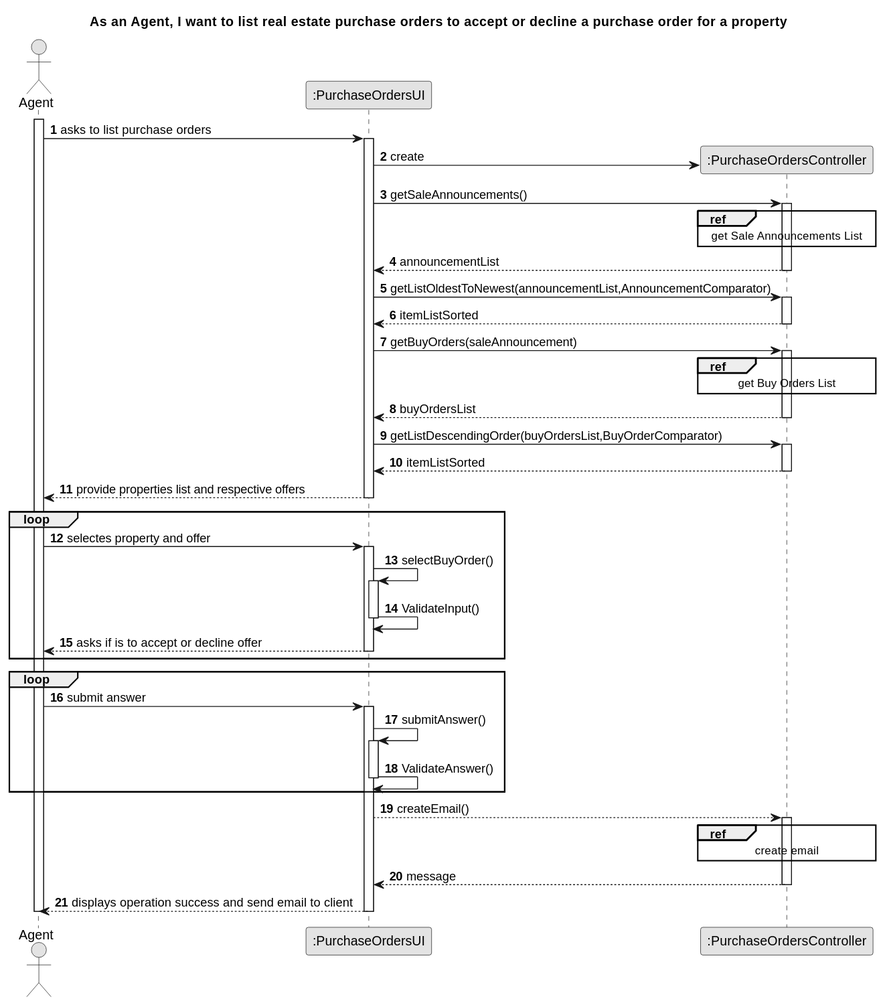
Before: docs/sprintD/us011/03.design/svg/us011-sequence-diagram-split.svg, a diagram exported from PlantUML (Shushizinho/RealEstateUSASystem).
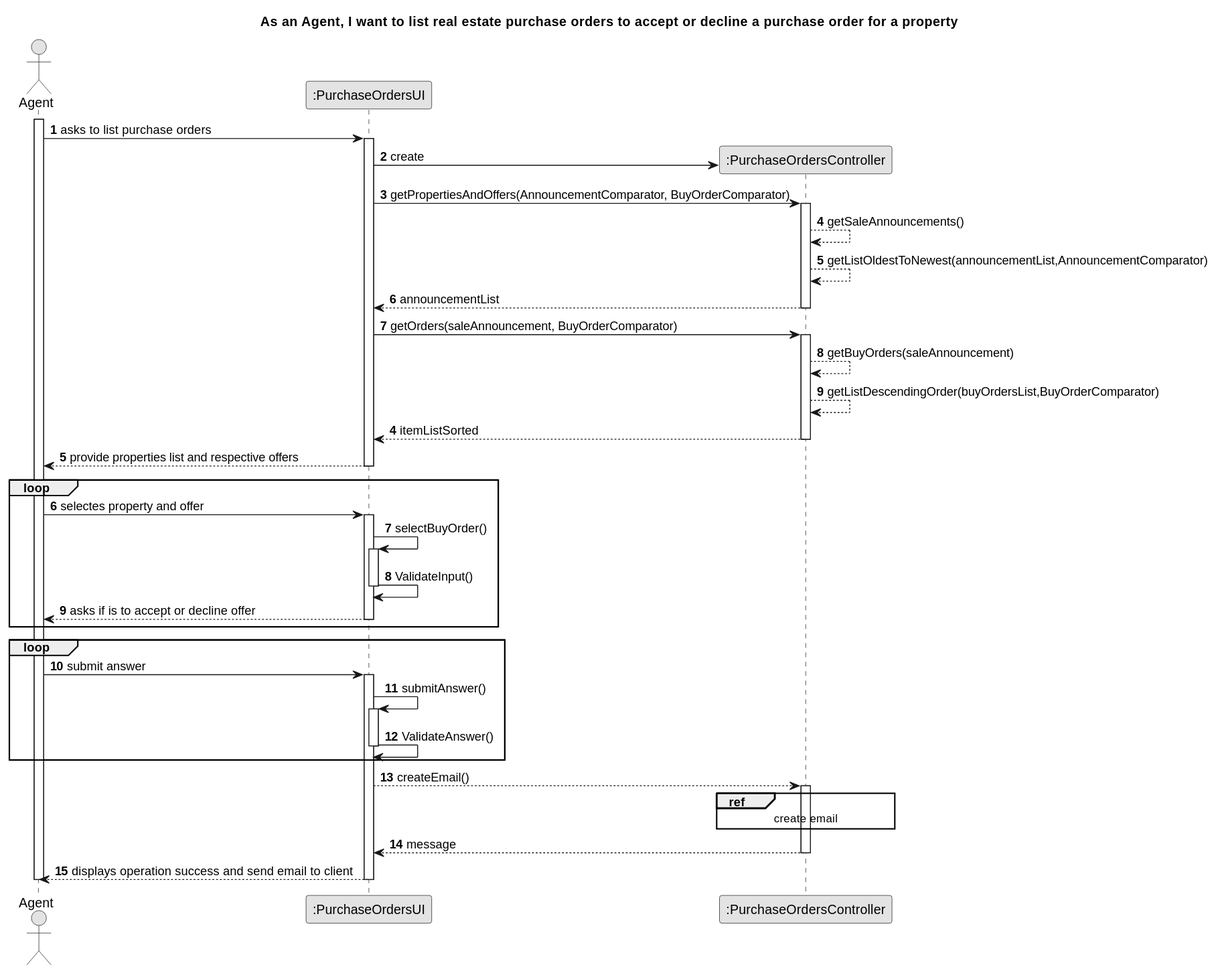
After the change.

The edit, as a diff of the source:
```diff
@@ -21,42 +21,33 @@
 
             UI -> CTRL** : create
 
-            UI->CTRL : getSaleAnnouncements()
+            UI->CTRL : getPropertiesAndOffers(AnnouncementComparator, BuyOrderComparator)
+
 
                 activate CTRL
-                    ref over CTRL
-                    get Sale Announcements List
-                    end ref
+                 CTRL --> CTRL :getSaleAnnouncements()
+                 CTRL --> CTRL : getListOldestToNewest(announcementList,AnnouncementComparator)
+
+                CTRL --> UI : announcementList
+
+                deactivate CTRL
+
+                UI-> CTRL : getOrders(saleAnnouncement, BuyOrderComparator)
+
+                activate CTRL
+
+                 CTRL -->CTRL: getBuyOrders(saleAnnouncement)
+
+
+
+                 CTRL --> CTRL : getListDescendingOrder(buyOrdersList,BuyOrderComparator)
 
                 autonumber 4
-                CTRL-->UI : announcementList
+                CTRL-->UI : itemListSorted
                 deactivate CTRL
 
-            UI -> CTRL : getListOldestToNewest(announcementList,AnnouncementComparator)
-                activate CTRL
 
 
-            autonumber 6
-            CTRL --> UI : itemListSorted
-            deactivate CTRL
-
-            UI ->CTRL: getBuyOrders(saleAnnouncement)
-
-                activate CTRL
-                    ref over CTRL
-                    get Buy Orders List
-                    end ref
-
-                autonumber 8
-            CTRL-->UI : buyOrdersList
-            deactivate CTRL
-
-            UI -> CTRL : getListDescendingOrder(buyOrdersList,BuyOrderComparator)
-                activate CTRL
-
-            autonumber 10
-            CTRL --> UI : itemListSorted
-            deactivate CTRL
 
             UI --> AGT : provide properties list and respective offers
         deactivate UI
```
